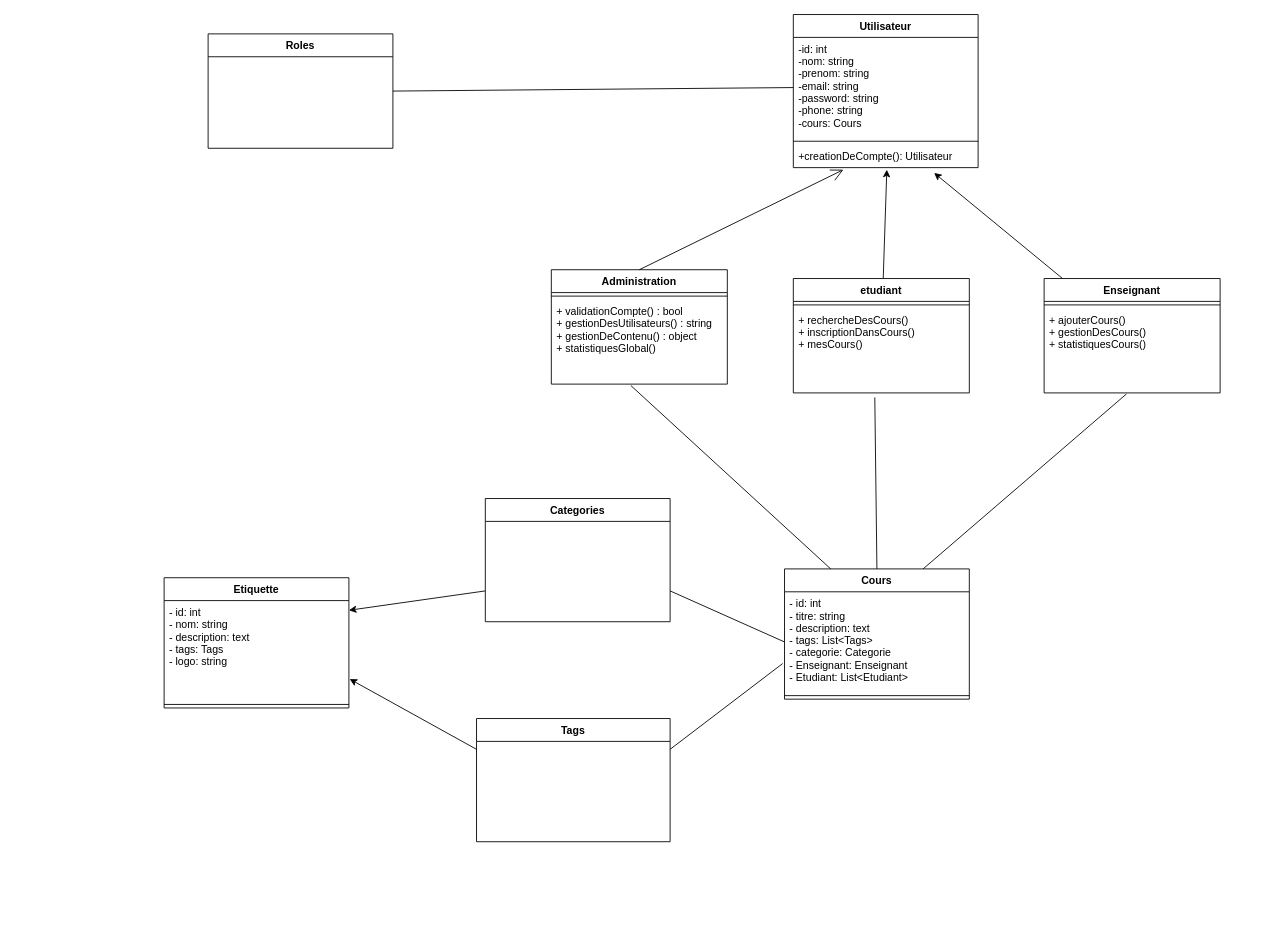
Before: Conceptions/Diagramme_de_classes.dio in yassir346/YouDemia, a draw.io diagram. Source tidied: cells renumbered, new cells numbered last; positions are measured from the earlier drawing's top-left corner, leaving out a move shared by most shapes. Both pictures are drawn from the tidied source at 88%, with x=0, y=0 at pixel (164, 14).
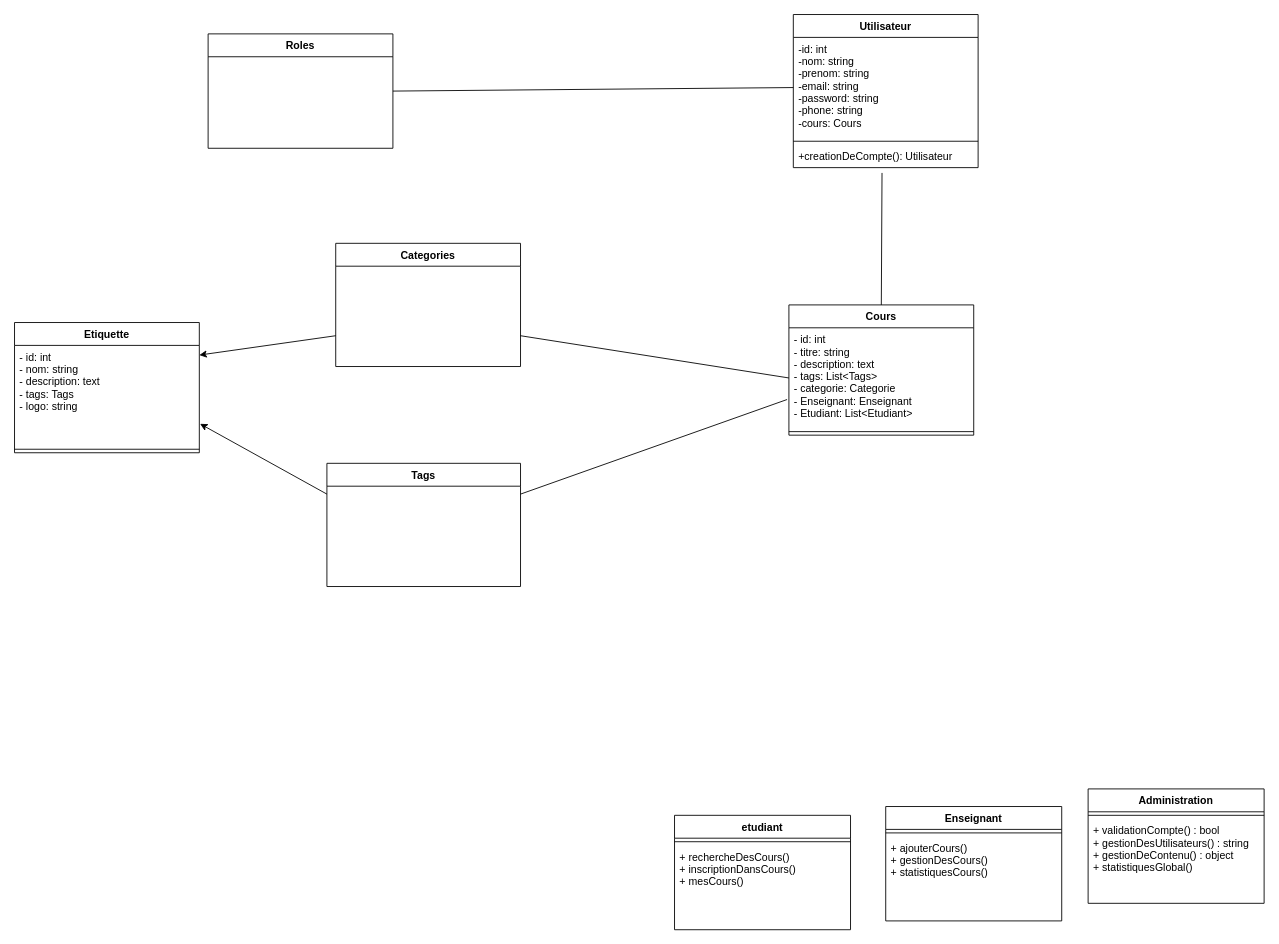
The same page after the edit.

Unchanged cells that the change refers to:
```xml
<mxCell id="5" value="+creationDeCompte(): Utilisateur" style="text;strokeColor=none;fillColor=none;align=left;verticalAlign=top;spacingLeft=4;spacingRight=4;overflow=hidden;points=[[0,0.5],[1,0.5]];portConstraint=eastwest;" parent="2" vertex="1">
  <mxGeometry y="148" width="210" height="26" as="geometry" />
</mxCell>
<mxCell id="8" value="+ validationCompte() : bool&#10;+ gestionDesUtilisateurs() : string&#10;+ gestionDeContenu() : object&#10;+ statistiquesGlobal()" style="text;strokeColor=none;fillColor=none;align=left;verticalAlign=top;spacingLeft=4;spacingRight=4;overflow=hidden;points=[[0,0.5],[1,0.5]];portConstraint=eastwest;" parent="6" vertex="1">
  <mxGeometry y="34" width="200" height="96" as="geometry" />
</mxCell>
<mxCell id="12" value="+ rechercheDesCours()&#10;+ inscriptionDansCours()&#10;+ mesCours()" style="text;strokeColor=none;fillColor=none;align=left;verticalAlign=top;spacingLeft=4;spacingRight=4;overflow=hidden;points=[[0,0.5],[1,0.5]];portConstraint=eastwest;" parent="10" vertex="1">
  <mxGeometry y="34" width="200" height="96" as="geometry" />
</mxCell>
<mxCell id="16" value="+ ajouterCours()&#10;+ gestionDesCours()&#10;+ statistiquesCours()" style="text;strokeColor=none;fillColor=none;align=left;verticalAlign=top;spacingLeft=4;spacingRight=4;overflow=hidden;points=[[0,0.5],[1,0.5]];portConstraint=eastwest;" parent="14" vertex="1">
  <mxGeometry y="34" width="200" height="96" as="geometry" />
</mxCell>
```

The edit, as a diff of the source:
```diff
@@
     <mxCell id="6" value="Administration" style="swimlane;fontStyle=1;align=center;verticalAlign=top;horizontal=1;startSize=26;" parent="1" vertex="1">
-      <mxGeometry x="440" y="290" width="200" height="130" as="geometry" />
+      <mxGeometry x="1050" y="880" width="200" height="130" as="geometry" />
     </mxCell>
@@
-    <mxCell id="9" style="edgeStyle=none;html=1;entryX=0.506;entryY=1.09;entryDx=0;entryDy=0;entryPerimeter=0;" parent="1" edge="1" source="10" target="5">
-      <mxGeometry relative="1" as="geometry" />
-    </mxCell>
     <mxCell id="10" value="etudiant" style="swimlane;fontStyle=1;align=center;verticalAlign=top;horizontal=1;startSize=26;" parent="1" vertex="1">
-      <mxGeometry x="715" y="300" width="200" height="130" as="geometry" />
+      <mxGeometry x="580" y="910" width="200" height="130" as="geometry" />
     </mxCell>
@@
-    <mxCell id="13" style="edgeStyle=none;html=1;entryX=0.762;entryY=1.231;entryDx=0;entryDy=0;entryPerimeter=0;" parent="1" edge="1" source="14" target="5">
-      <mxGeometry relative="1" as="geometry" />
-    </mxCell>
     <mxCell id="14" value="Enseignant" style="swimlane;fontStyle=1;align=center;verticalAlign=top;horizontal=1;startSize=26;" parent="1" vertex="1">
-      <mxGeometry x="1000" y="300" width="200" height="130" as="geometry" />
+      <mxGeometry x="820" y="900" width="200" height="130" as="geometry" />
     </mxCell>
@@
-    <mxCell id="17" style="endArrow=open;endFill=1;endSize=12;html=1;entryX=0.271;entryY=1.09;entryDx=0;entryDy=0;entryPerimeter=0;exitX=0.5;exitY=0;exitDx=0;exitDy=0;" parent="1" edge="1" source="6" target="5">
-      <mxGeometry relative="1" as="geometry" />
-    </mxCell>
     <mxCell id="18" value="Cours" style="swimlane;fontStyle=1;align=center;verticalAlign=top;horizontal=1;startSize=26;" parent="1" vertex="1">
-      <mxGeometry x="705" y="630" width="210" height="148" as="geometry" />
+      <mxGeometry x="710" y="330" width="210" height="148" as="geometry" />
     </mxCell>
@@
     <mxCell id="21" value="Categories" style="swimlane;fontStyle=1;align=center;verticalAlign=top;horizontal=1;startSize=26;" parent="1" vertex="1">
-      <mxGeometry x="365" y="550" width="210" height="140" as="geometry" />
+      <mxGeometry x="195" y="260" width="210" height="140" as="geometry" />
     </mxCell>
     <mxCell id="22" value="Tags" style="swimlane;fontStyle=1;align=center;verticalAlign=top;horizontal=1;startSize=26;" parent="1" vertex="1">
-      <mxGeometry x="355" y="800" width="220" height="140" as="geometry" />
+      <mxGeometry x="185" y="510" width="220" height="140" as="geometry" />
     </mxCell>
@@
-    <mxCell id="25" style="endArrow=none;html=1;exitX=0.463;exitY=1.054;exitDx=0;exitDy=0;entryX=0.5;entryY=0;entryDx=0;entryDy=0;exitPerimeter=0;" parent="1" edge="1" source="12" target="18">
+    <mxCell id="25" style="endArrow=none;html=1;exitX=0.48;exitY=1.231;exitDx=0;exitDy=0;entryX=0.5;entryY=0;entryDx=0;entryDy=0;exitPerimeter=0;" parent="1" edge="1" source="5" target="18">
       <mxGeometry relative="1" as="geometry" />
     </mxCell>
@@
     <mxCell id="27" value="Etiquette" style="swimlane;fontStyle=1;align=center;verticalAlign=top;horizontal=1;startSize=26;" parent="1" vertex="1">
-      <mxGeometry y="640" width="210" height="148" as="geometry" />
+      <mxGeometry x="-170" y="350" width="210" height="148" as="geometry" />
     </mxCell>
@@
-    <mxCell id="33" style="endArrow=none;html=1;exitX=0.452;exitY=1.017;exitDx=0;exitDy=0;entryX=0.25;entryY=0;entryDx=0;entryDy=0;exitPerimeter=0;" parent="1" edge="1" source="8" target="18">
-      <mxGeometry relative="1" as="geometry" />
-    </mxCell>
-    <mxCell id="34" style="endArrow=none;html=1;exitX=0.468;exitY=1.012;exitDx=0;exitDy=0;entryX=0.75;entryY=0;entryDx=0;entryDy=0;exitPerimeter=0;" parent="1" edge="1" source="16" target="18">
-      <mxGeometry relative="1" as="geometry" />
-    </mxCell>
```
